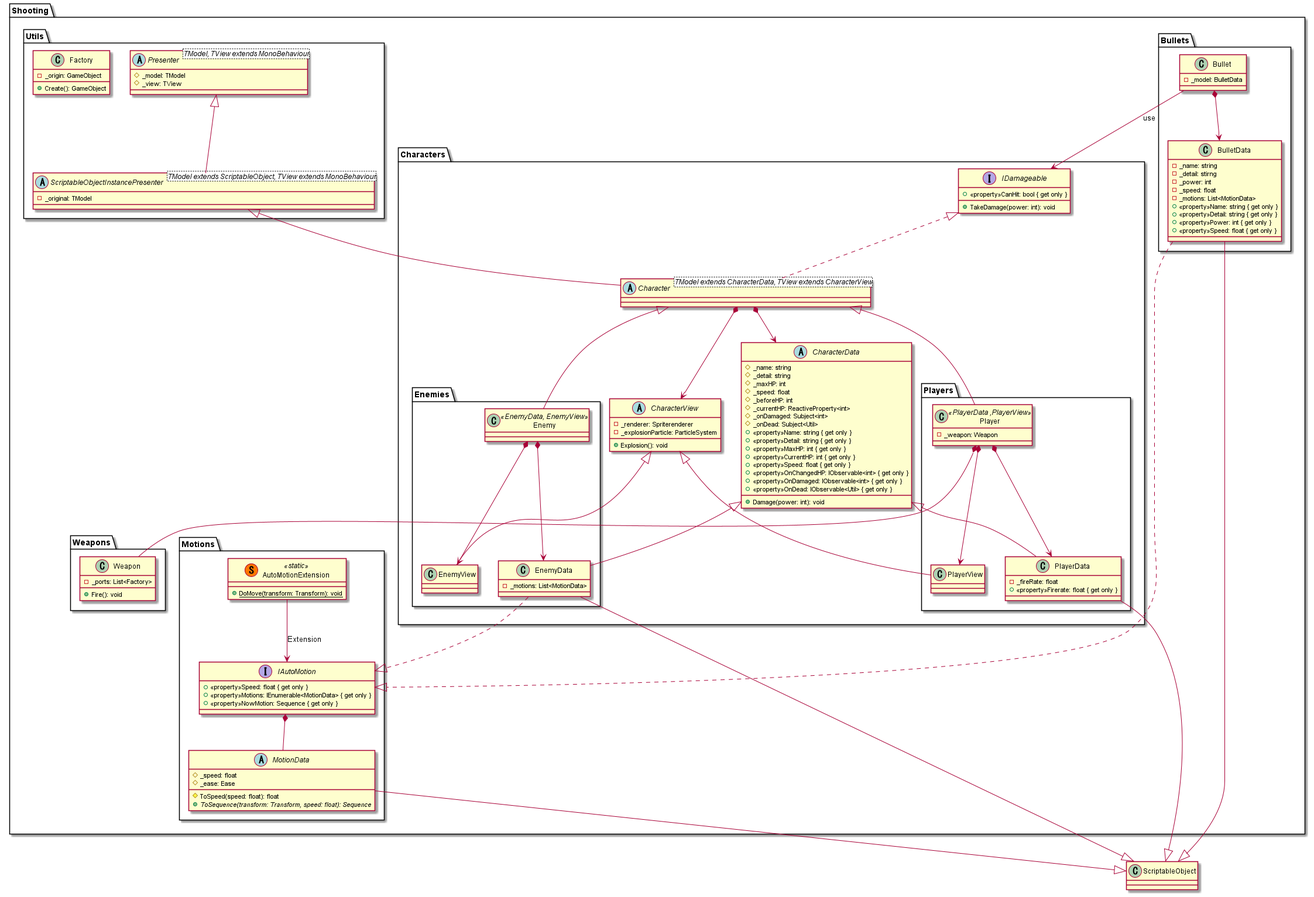
Earlier version of the PlantUML export Assets/UML/ClassDiaglam/Shooting.png (nmskm240/MagicalShooter).
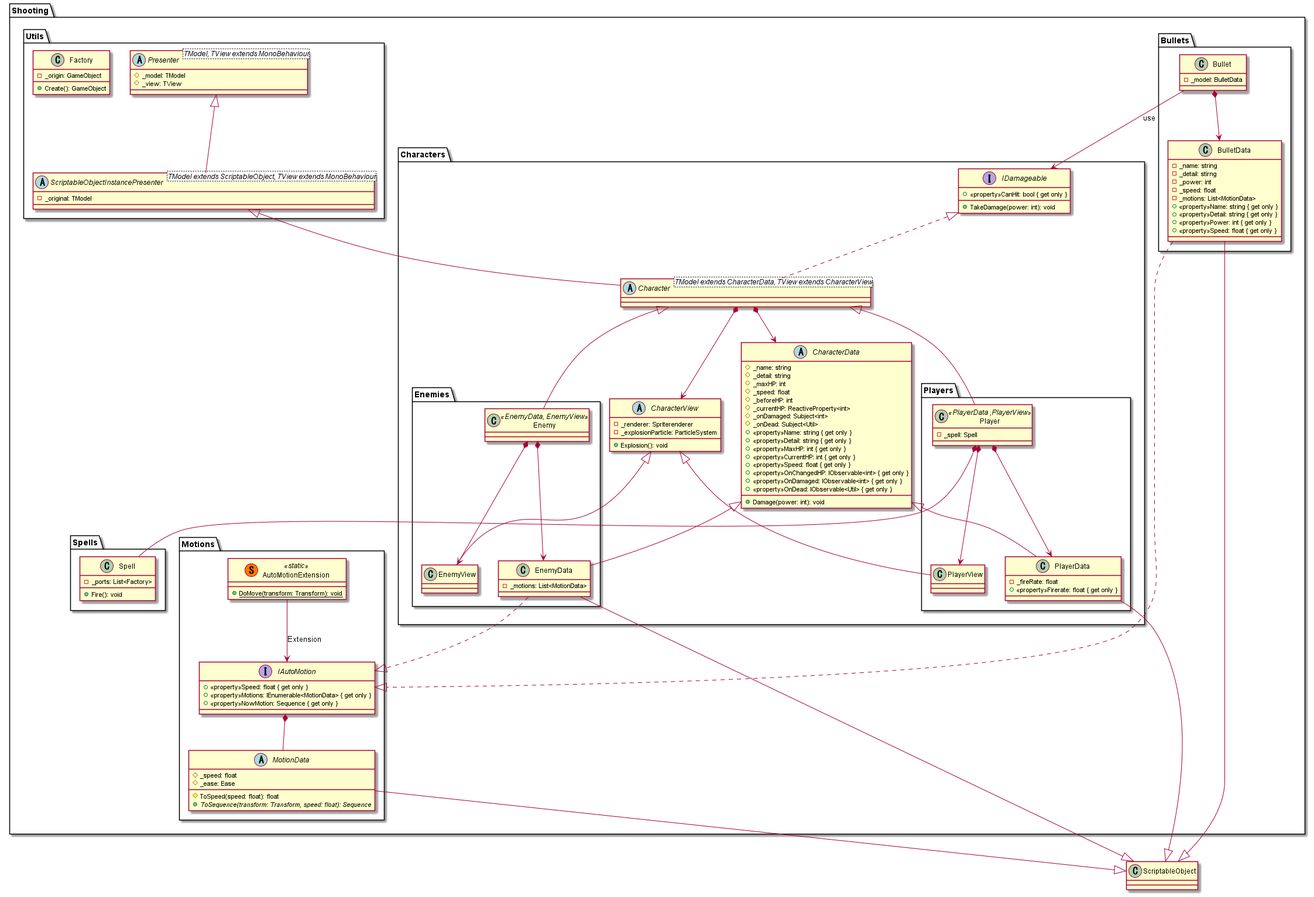
The same file after the commit.

The edit, as a diff of the source:
```diff
@@ -36,7 +36,7 @@
         {
             class Player<<PlayerData ,PlayerView>>
             {
-                -_weapon: Weapon
+                -_spell: Spell
             }
             class PlayerData
             {
@@ -115,9 +115,9 @@
             -_original: TModel
         }
     }
-    package Weapons
+    package Spells
     {
-        class Weapon
+        class Spell
         {
             -_ports: List<Factory>
             +Fire(): void
@@ -142,7 +142,7 @@
 BulletData ..|> IAutoMotion
 EnemyData ..|> IAutoMotion
 
-Player *-- Weapon
+Player *-- Spell
 IAutoMotion *-- MotionData
 
 Bullet *--> BulletData
```
